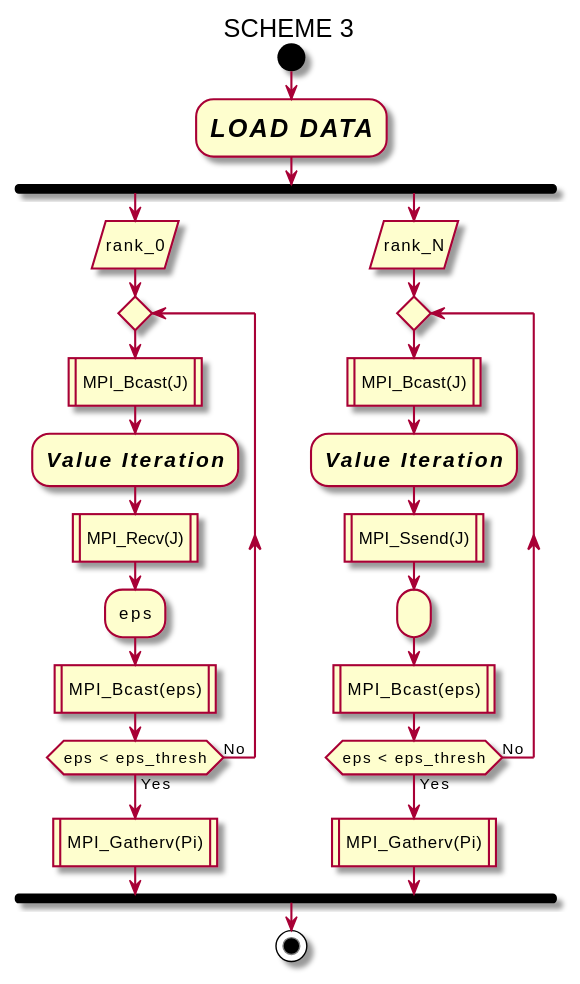
Before: rep/gen/puml/scheme3.svg, a diagram exported from PlantUML (hashkode/hpcfmi-mpivi).
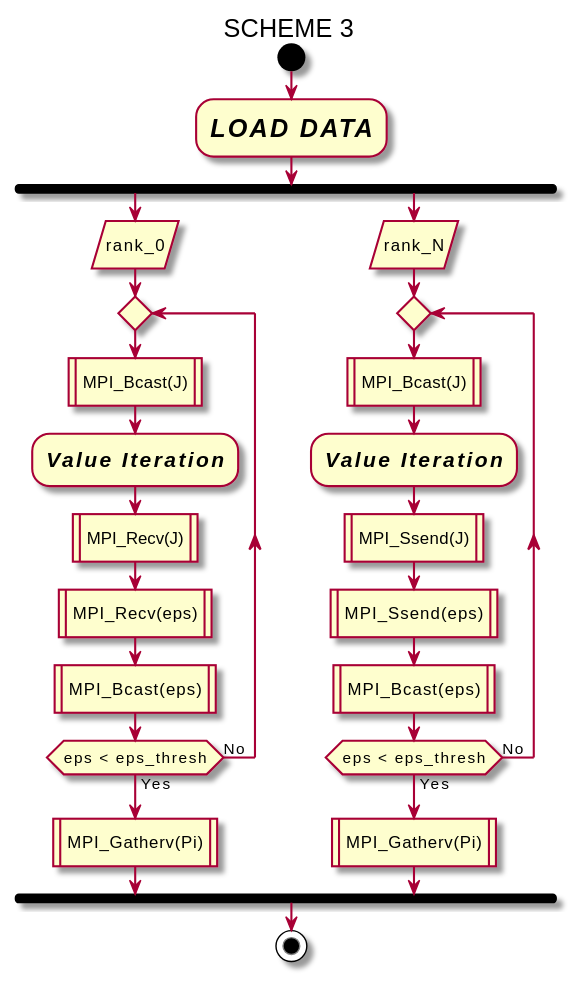
Above is the later version.

The edit, as a diff of the source:
```diff
@@ -8,7 +8,7 @@
     :MPI_Bcast(J)|
     :<size:15><i><b>Value Iteration</b></i></size>;
     :MPI_Recv(J)|
-    :eps;
+    :MPI_Recv(eps)|
     :MPI_Bcast(eps)|
     repeat while (eps < eps_thresh) is (No) not (Yes)
     :MPI_Gatherv(Pi)|
@@ -18,7 +18,7 @@
     :MPI_Bcast(J)|
     :<size:15><i><b>Value Iteration</b></i></size>;
     :MPI_Ssend(J)|
-    : ;
+    :MPI_Ssend(eps)|
     :MPI_Bcast(eps)|
     repeat while (eps < eps_thresh) is (No) not (Yes)
     :MPI_Gatherv(Pi)|
```
